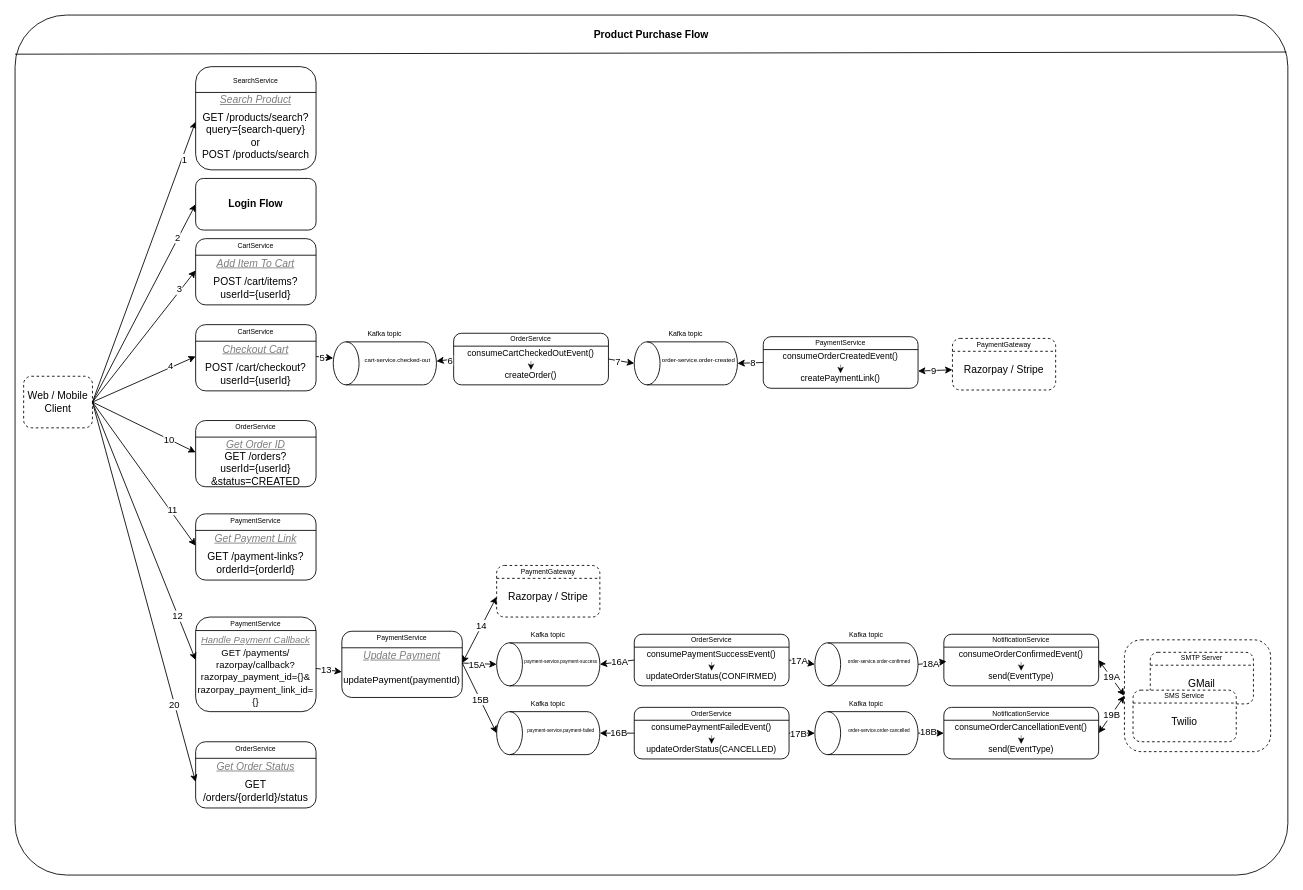
The draw.io diagram design-docs/high-level-design/data-flows/05-Product-Purchase-Flow.drawio in sridharpatil047/ecom, before the edit. Source tidied: cells renumbered, new cells numbered last; positions are measured from the earlier drawing's top-left corner, leaving out a move shared by most shapes. Both pictures are drawn from the tidied source at 86%, with x=0, y=0 at pixel (15, 15).
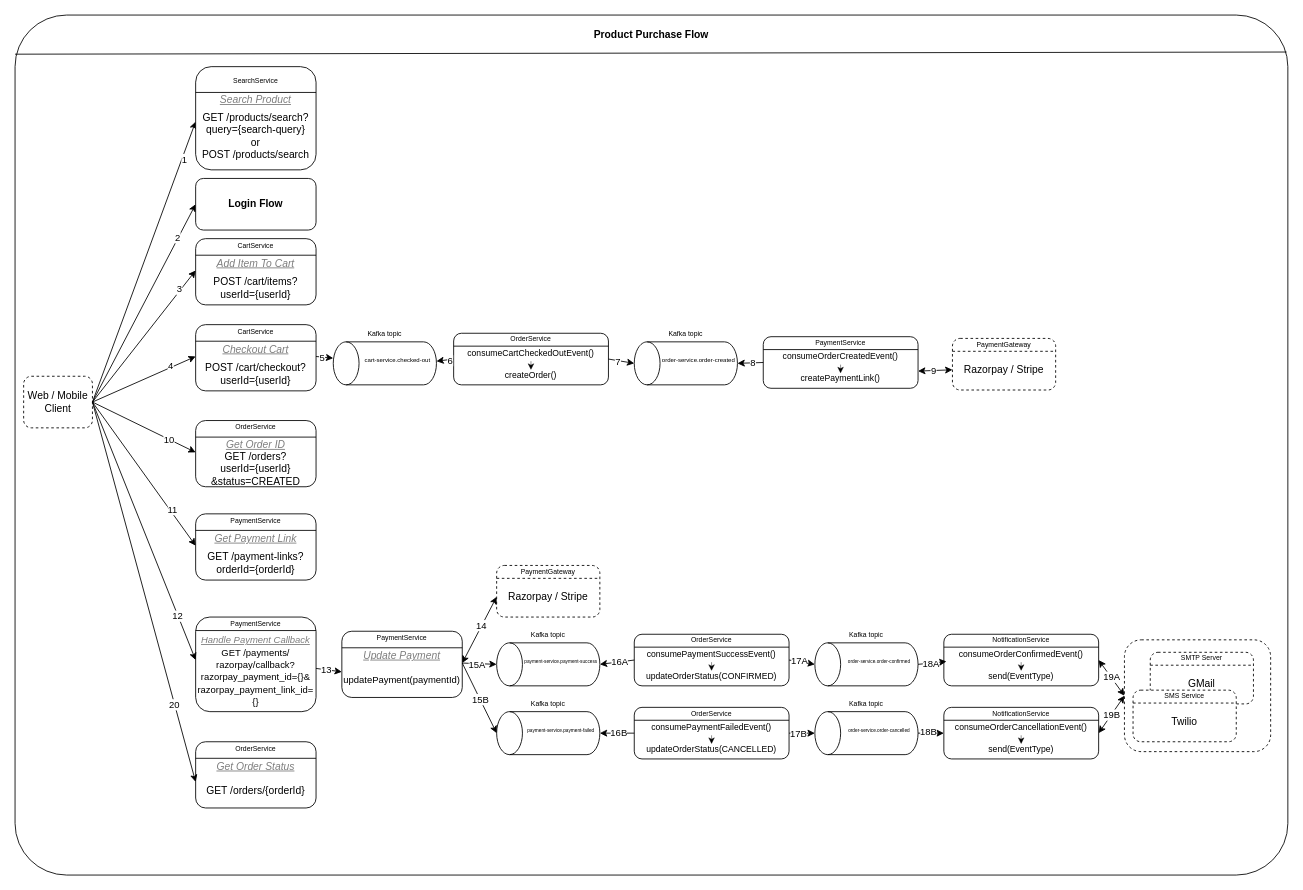
After the change.

The edit, as a diff of the source:
```diff
@@
-    <mxCell id="167" value="&lt;font&gt;GET /orders/{order&lt;/font&gt;&lt;span style=&quot;background-color: transparent; color: light-dark(rgb(0, 0, 0), rgb(255, 255, 255));&quot;&gt;Id}/status&lt;/span&gt;" style="text;html=1;align=center;verticalAlign=middle;whiteSpace=wrap;rounded=0;" parent="1" vertex="1">
+    <mxCell id="167" value="&lt;font&gt;GET /orders/{order&lt;/font&gt;&lt;span style=&quot;background-color: transparent; color: light-dark(rgb(0, 0, 0), rgb(255, 255, 255));&quot;&gt;Id}&lt;/span&gt;" style="text;html=1;align=center;verticalAlign=middle;whiteSpace=wrap;rounded=0;" parent="1" vertex="1">
       <mxGeometry x="210" y="882" width="140" height="39" as="geometry" />
     </mxCell>
```
